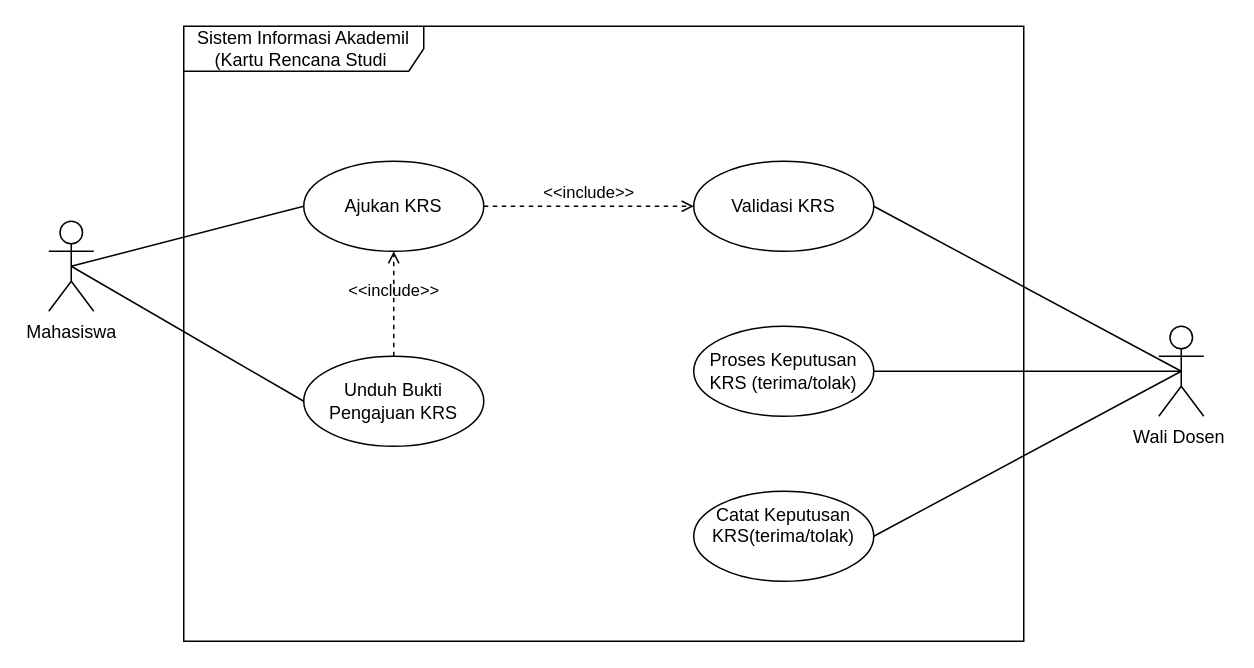
The draw.io diagram 03_latihan_tools/P03/SIA/P03_2406073_SIA_usecase_v01.drawio in 2406073-zid/IFRWP5149_2406073_LabAlat, before the edit. Source tidied: cells renumbered, new cells numbered last; positions are measured from the earlier drawing's top-left corner, leaving out a move shared by most shapes. Both pictures are drawn from the tidied source at 150%, with x=0, y=0 at pixel (48, 26).
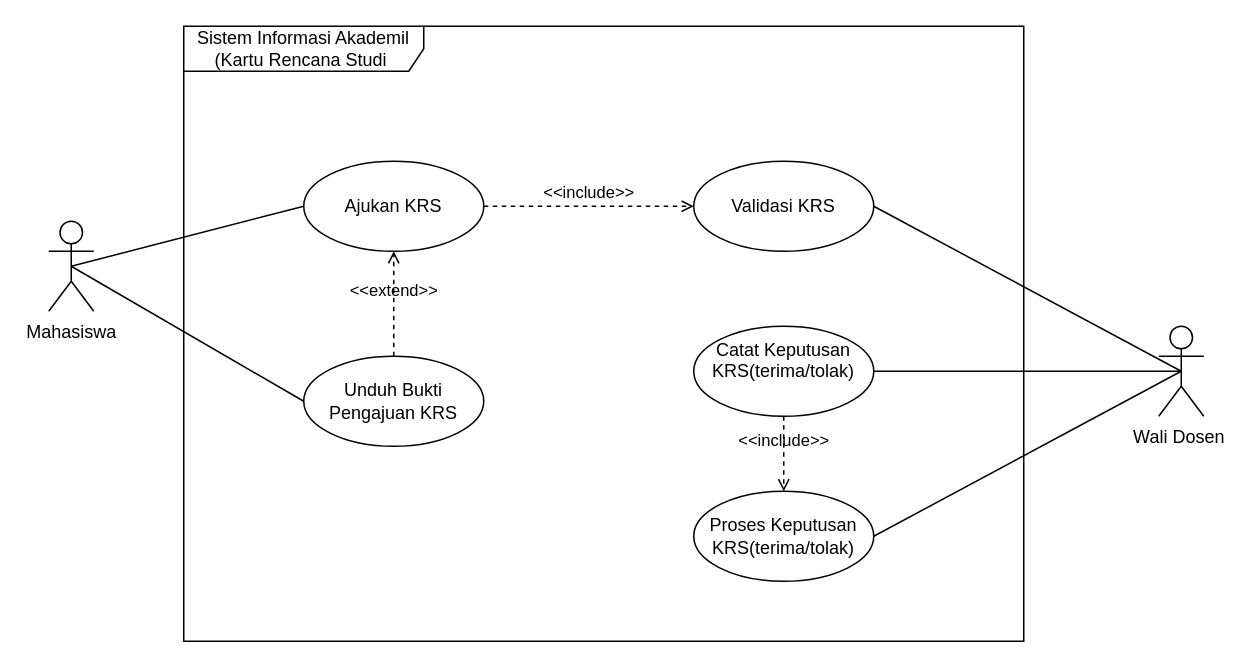
The same diagram, later.

Commit message (it also covers changes not shown here):
git commit -m "pertemuan 3 use case diagram dan use case description

Change to the diagram source:
```diff
@@
 <mxGraphModel>
   <root>
     <mxCell id="0" />
     <mxCell id="1" parent="0" />
     <mxCell id="2" value="Sistem Informasi Akademil&lt;br&gt;(Kartu Rencana Studi&amp;nbsp;" style="shape=umlFrame;whiteSpace=wrap;html=1;width=160;" parent="1" vertex="1">
       <mxGeometry x="90" width="560" height="410" as="geometry" />
     </mxCell>
     <mxCell id="3" value="Ajukan KRS" style="ellipse;whiteSpace=wrap;html=1;shapeInside=1;" parent="2" vertex="1">
       <mxGeometry x="80" y="90" width="120" height="60" as="geometry" />
     </mxCell>
     <mxCell id="4" value="Unduh Bukti Pengajuan KRS" style="ellipse;whiteSpace=wrap;html=1;shapeInside=1;" parent="2" vertex="1">
       <mxGeometry x="80" y="220" width="120" height="60" as="geometry" />
     </mxCell>
     <mxCell id="5" value="Validasi KRS" style="ellipse;whiteSpace=wrap;html=1;shapeInside=1;" parent="2" vertex="1">
       <mxGeometry x="340" y="90" width="120" height="60" as="geometry" />
     </mxCell>
-    <mxCell id="6" value="Proses Keputusan KRS (terima/tolak)" style="ellipse;whiteSpace=wrap;html=1;shapeInside=1;" parent="2" vertex="1">
+    <mxCell id="6" value="Catat Keputusan KRS(terima/tolak)&lt;div&gt;&lt;br&gt;&lt;/div&gt;" style="ellipse;whiteSpace=wrap;html=1;shapeInside=1;" parent="2" vertex="1">
       <mxGeometry x="340" y="200" width="120" height="60" as="geometry" />
     </mxCell>
-    <mxCell id="7" value="Catat Keputusan KRS(terima/tolak)&lt;div&gt;&lt;br&gt;&lt;/div&gt;" style="ellipse;whiteSpace=wrap;html=1;shapeInside=1;" parent="2" vertex="1">
+    <mxCell id="7" value="Proses Keputusan KRS(terima/tolak)" style="ellipse;whiteSpace=wrap;html=1;shapeInside=1;" parent="2" vertex="1">
       <mxGeometry x="340" y="310" width="120" height="60" as="geometry" />
     </mxCell>
     <mxCell id="8" value="&amp;lt;&amp;lt;include&amp;gt;&amp;gt;" style="html=1;verticalAlign=bottom;labelBackgroundColor=none;endArrow=open;endFill=0;dashed=1;exitX=1;exitY=0.5;exitDx=0;exitDy=0;entryX=0;entryY=0.5;entryDx=0;entryDy=0;" parent="2" edge="1" source="3" target="5">
       <mxGeometry relative="1" as="geometry" />
     </mxCell>
+    <mxCell id="17" value="&amp;lt;&amp;lt;extend&amp;gt;&amp;gt;" style="html=1;verticalAlign=bottom;labelBackgroundColor=none;endArrow=open;endFill=0;dashed=1;exitX=0.5;exitY=0;exitDx=0;exitDy=0;entryX=0.5;entryY=1;entryDx=0;entryDy=0;" parent="2" edge="1" source="4" target="3">
+      <mxGeometry relative="1" as="geometry" />
+    </mxCell>
-    <mxCell id="9" value="&amp;lt;&amp;lt;include&amp;gt;&amp;gt;" style="html=1;verticalAlign=bottom;labelBackgroundColor=none;endArrow=open;endFill=0;dashed=1;exitX=0.5;exitY=0;exitDx=0;exitDy=0;entryX=0.5;entryY=1;entryDx=0;entryDy=0;" parent="2" edge="1" source="4" target="3">
+    <mxCell id="9" value="&amp;lt;&amp;lt;include&amp;gt;&amp;gt;" style="html=1;verticalAlign=bottom;labelBackgroundColor=none;endArrow=open;endFill=0;dashed=1;exitX=0.5;exitY=1;exitDx=0;exitDy=0;entryX=0.5;entryY=0;entryDx=0;entryDy=0;" parent="2" edge="1" source="6" target="7">
       <mxGeometry relative="1" as="geometry" />
     </mxCell>
     <mxCell id="10" style="edgeStyle=none;shape=wire;html=1;exitX=0.5;exitY=0.5;exitDx=0;exitDy=0;exitPerimeter=0;entryX=0;entryY=0.5;entryDx=0;entryDy=0;dashed=1;endArrow=none;endFill=0;" parent="1" edge="1" source="12" target="3">
       <mxGeometry relative="1" as="geometry" />
     </mxCell>
     <mxCell id="11" style="edgeStyle=none;shape=wire;html=1;exitX=0.5;exitY=0.5;exitDx=0;exitDy=0;exitPerimeter=0;entryX=0;entryY=0.5;entryDx=0;entryDy=0;dashed=1;endArrow=none;endFill=0;" parent="1" edge="1" source="12" target="4">
       <mxGeometry relative="1" as="geometry" />
     </mxCell>
     <mxCell id="12" value="Mahasiswa" style="shape=umlActor;verticalLabelPosition=bottom;verticalAlign=top;html=1;outlineConnect=0;" parent="1" vertex="1">
       <mxGeometry y="130" width="30" height="60" as="geometry" />
     </mxCell>
     <mxCell id="13" style="edgeStyle=none;shape=wire;html=1;exitX=0.5;exitY=0.5;exitDx=0;exitDy=0;exitPerimeter=0;entryX=1;entryY=0.5;entryDx=0;entryDy=0;dashed=1;endArrow=none;endFill=0;" parent="1" edge="1" source="16" target="5">
       <mxGeometry relative="1" as="geometry" />
     </mxCell>
     <mxCell id="14" style="edgeStyle=none;shape=wire;html=1;exitX=0.5;exitY=0.5;exitDx=0;exitDy=0;exitPerimeter=0;dashed=1;endArrow=none;endFill=0;" parent="1" edge="1" source="16" target="6">
       <mxGeometry relative="1" as="geometry" />
     </mxCell>
     <mxCell id="15" style="edgeStyle=none;shape=wire;html=1;exitX=0.5;exitY=0.5;exitDx=0;exitDy=0;exitPerimeter=0;entryX=1;entryY=0.5;entryDx=0;entryDy=0;dashed=1;endArrow=none;endFill=0;" parent="1" edge="1" source="16" target="7">
       <mxGeometry relative="1" as="geometry" />
     </mxCell>
     <mxCell id="16" value="Wali Dosen&amp;nbsp;" style="shape=umlActor;verticalLabelPosition=bottom;verticalAlign=top;html=1;outlineConnect=0;" parent="1" vertex="1">
       <mxGeometry x="740" y="200" width="30" height="60" as="geometry" />
     </mxCell>
   </root>
 </mxGraphModel>
```
